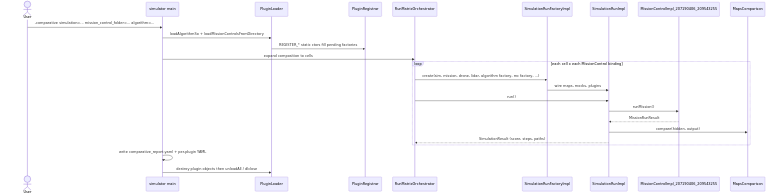
Earlier version of the Mermaid export docs/hld/seq-comparative-cell.png (Sagi154/Drone-Mapper-ex3). Its source is kept beside it as docs/hld/seq-comparative-cell.mmd.
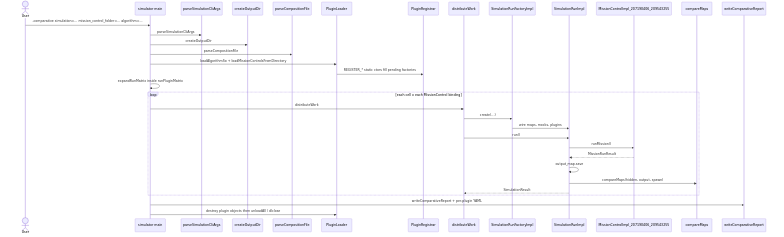
Above is the later version.

Commit message:
docs: align HLD diagrams with CLI composition and scoring

Change to the diagram source:
```diff
@@ -1,26 +1,35 @@
 sequenceDiagram
     actor User
     participant Main as simulator main
+    participant Cli as parseSimulationCliArgs
+    participant Out as createOutputDir
+    participant Comp as parseCompositionFile
     participant Loader as PluginLoader
     participant Reg as PluginRegistrar
-    participant Orch as RunMatrixOrchestrator
+    participant Dist as distributeWork
     participant Factory as SimulationRunFactoryImpl
     participant Run as SimulationRunImpl
     participant MC as MissionControlImpl_207190406_209543255
-    participant Score as MapsComparison
+    participant Score as compareMaps
+    participant Rep as writeComparativeReport
 
     User->>Main: -comparative simulation=... mission_control_folder=... algorithm=...
+    Main->>Cli: parseSimulationCliArgs
+    Main->>Out: createOutputDir
+    Main->>Comp: parseCompositionFile
     Main->>Loader: loadAlgorithmSo + loadMissionControlsFromDirectory
     Loader->>Reg: REGISTER_* static ctors fill pending factories
-    Main->>Orch: expand composition to cells
+    Main->>Main: expandRunMatrix inside runPluginMatrix
     loop each cell x each MissionControl binding
-        Orch->>Factory: create(sim, mission, drone, lidar, algorithm factory, mc factory, ...)
+        Main->>Dist: distributeWork
+        Dist->>Factory: create(...)
         Factory->>Run: wire maps, mocks, plugins
-        Orch->>Run: run()
+        Dist->>Run: run()
         Run->>MC: runMission()
         MC-->>Run: MissionRunResult
-        Run->>Score: compare(hidden, output)
-        Run-->>Orch: SimulationResult (score, steps, paths)
+        Run->>Run: output_map.save
+        Run->>Score: compareMaps(hidden, output, spawn)
+        Run-->>Dist: SimulationResult
     end
-    Main->>Main: write comparative_report.yaml + per-plugin YAML
+    Main->>Rep: writeComparativeReport + per-plugin YAML
     Main->>Loader: destroy plugin objects then unloadAll / dlclose
```
